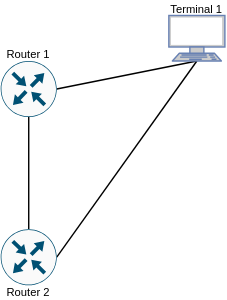
Earlier version of the draw.io export images/TAR-scheme.drawio.svg (luismdsleite/QoS-Scheduling-Test). Source tidied: cells renumbered, new cells last; positions are measured from the earlier drawing's top-left corner, leaving out a move shared by most shapes.
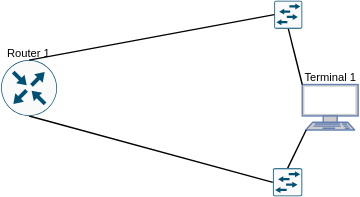
Above is the later version.

The edit, as a diff of the source:
```diff
@@ -2,32 +2,35 @@
   <root>
     <mxCell id="0" />
     <mxCell id="1" parent="0" />
-    <mxCell id="2" style="endArrow=none;html=1;rounded=0;exitX=1;exitY=0.5;exitDx=0;exitDy=0;entryX=0.5;entryY=1;entryDx=0;entryDy=0;entryPerimeter=0;exitPerimeter=0;" parent="1" edge="1" source="6" target="8">
-      <mxGeometry relative="1" as="geometry" />
-    </mxCell>
-    <mxCell id="3" style="endArrow=none;html=1;rounded=0;exitX=0.5;exitY=1;exitDx=0;exitDy=0;exitPerimeter=0;entryX=0.5;entryY=0;entryDx=0;entryDy=0;entryPerimeter=0;" parent="1" edge="1" source="6" target="7">
+    <mxCell id="3" style="endArrow=none;html=1;rounded=0;exitX=0.5;exitY=1;exitDx=0;exitDy=0;exitPerimeter=0;entryX=0;entryY=0.5;entryDx=0;entryDy=0;entryPerimeter=0;" parent="1" edge="1" source="6" target="15">
       <mxGeometry relative="1" as="geometry" />
     </mxCell>
-    <mxCell id="4" style="endArrow=none;html=1;rounded=0;exitX=1;exitY=0.5;exitDx=0;exitDy=0;entryX=0.5;entryY=1;entryDx=0;entryDy=0;entryPerimeter=0;exitPerimeter=0;" parent="1" edge="1" source="7" target="8">
-      <mxGeometry relative="1" as="geometry" />
-    </mxCell>
     <mxCell id="5" value="Terminal 1" style="text;html=1;strokeColor=none;fillColor=none;align=center;verticalAlign=middle;whiteSpace=wrap;rounded=0;fontSize=8;" parent="1" vertex="1">
-      <mxGeometry x="120" y="-0.5" width="40" height="10" as="geometry" />
+      <mxGeometry x="205.5" y="102" width="40" height="10" as="geometry" />
     </mxCell>
     <mxCell id="6" style="sketch=0;points=[[0.5,0,0],[1,0.5,0],[0.5,1,0],[0,0.5,0],[0.145,0.145,0],[0.8555,0.145,0],[0.855,0.8555,0],[0.145,0.855,0]];verticalLabelPosition=bottom;html=1;verticalAlign=top;align=center;shape=mxgraph.cisco19.rect;prIcon=router;fillColor=#FAFAFA;strokeColor=#005073;" parent="1" vertex="1">
-      <mxGeometry y="42" width="40" height="40" as="geometry" />
+      <mxGeometry x="-10" y="94.5" width="40" height="40" as="geometry" />
     </mxCell>
-    <mxCell id="7" style="sketch=0;points=[[0.5,0,0],[1,0.5,0],[0.5,1,0],[0,0.5,0],[0.145,0.145,0],[0.8555,0.145,0],[0.855,0.8555,0],[0.145,0.855,0]];verticalLabelPosition=bottom;html=1;verticalAlign=top;align=center;shape=mxgraph.cisco19.rect;prIcon=router;fillColor=#FAFAFA;strokeColor=#005073;" parent="1" vertex="1">
-      <mxGeometry y="162" width="40" height="40" as="geometry" />
-    </mxCell>
     <mxCell id="8" style="fontColor=#0066CC;verticalAlign=top;verticalLabelPosition=bottom;labelPosition=center;align=center;html=1;outlineConnect=0;fillColor=#CCCCCC;strokeColor=#6881B3;gradientColor=none;gradientDirection=north;strokeWidth=2;shape=mxgraph.networks.terminal;" parent="1" vertex="1">
-      <mxGeometry x="120" y="9.5" width="40" height="32.5" as="geometry" />
+      <mxGeometry x="205.5" y="112" width="40" height="32.5" as="geometry" />
     </mxCell>
     <mxCell id="9" value="Router 1" style="text;html=1;strokeColor=none;fillColor=none;align=center;verticalAlign=middle;whiteSpace=wrap;rounded=0;fontSize=8;" parent="1" vertex="1">
-      <mxGeometry y="32" width="40" height="10" as="geometry" />
+      <mxGeometry x="-10" y="84.5" width="40" height="10" as="geometry" />
     </mxCell>
-    <mxCell id="10" value="Router 2" style="text;html=1;strokeColor=none;fillColor=none;align=center;verticalAlign=middle;whiteSpace=wrap;rounded=0;fontSize=8;" parent="1" vertex="1">
-      <mxGeometry y="202" width="40" height="10" as="geometry" />
-    </mxCell>
+    <mxCell id="11" style="endArrow=none;html=1;rounded=0;exitX=0.5;exitY=1;exitDx=0;exitDy=0;exitPerimeter=0;entryX=0;entryY=0;entryDx=0;entryDy=0;entryPerimeter=0;" parent="1" edge="1" source="13" target="8">
+      <mxGeometry relative="1" as="geometry" />
+    </mxCell>
+    <mxCell id="12" style="endArrow=none;html=1;rounded=0;entryX=0.07;entryY=1;entryDx=0;entryDy=0;entryPerimeter=0;exitX=0.5;exitY=0;exitDx=0;exitDy=0;exitPerimeter=0;" parent="1" edge="1" source="15" target="8">
+      <mxGeometry relative="1" as="geometry" />
+    </mxCell>
+    <mxCell id="13" style="sketch=0;points=[[0.015,0.015,0],[0.985,0.015,0],[0.985,0.985,0],[0.015,0.985,0],[0.25,0,0],[0.5,0,0],[0.75,0,0],[1,0.25,0],[1,0.5,0],[1,0.75,0],[0.75,1,0],[0.5,1,0],[0.25,1,0],[0,0.75,0],[0,0.5,0],[0,0.25,0]];verticalLabelPosition=bottom;html=1;verticalAlign=top;align=center;shape=mxgraph.cisco19.rect;prIcon=l2_switch;fillColor=#FAFAFA;strokeColor=#005073;" parent="1" vertex="1">
+      <mxGeometry x="185.5" y="52" width="20" height="20" as="geometry" />
+    </mxCell>
+    <mxCell id="14" style="endArrow=none;html=1;rounded=0;exitX=0.5;exitY=1;exitDx=0;exitDy=0;entryX=0;entryY=0.5;entryDx=0;entryDy=0;entryPerimeter=0;" parent="1" edge="1" source="9" target="13">
+      <mxGeometry relative="1" as="geometry" />
+    </mxCell>
+    <mxCell id="15" style="sketch=0;points=[[0.015,0.015,0],[0.985,0.015,0],[0.985,0.985,0],[0.015,0.985,0],[0.25,0,0],[0.5,0,0],[0.75,0,0],[1,0.25,0],[1,0.5,0],[1,0.75,0],[0.75,1,0],[0.5,1,0],[0.25,1,0],[0,0.75,0],[0,0.5,0],[0,0.25,0]];verticalLabelPosition=bottom;html=1;verticalAlign=top;align=center;shape=mxgraph.cisco19.rect;prIcon=l2_switch;fillColor=#FAFAFA;strokeColor=#005073;" parent="1" vertex="1">
+      <mxGeometry x="184.5" y="172" width="21" height="20" as="geometry" />
+    </mxCell>
   </root>
 </mxGraphModel>
```
